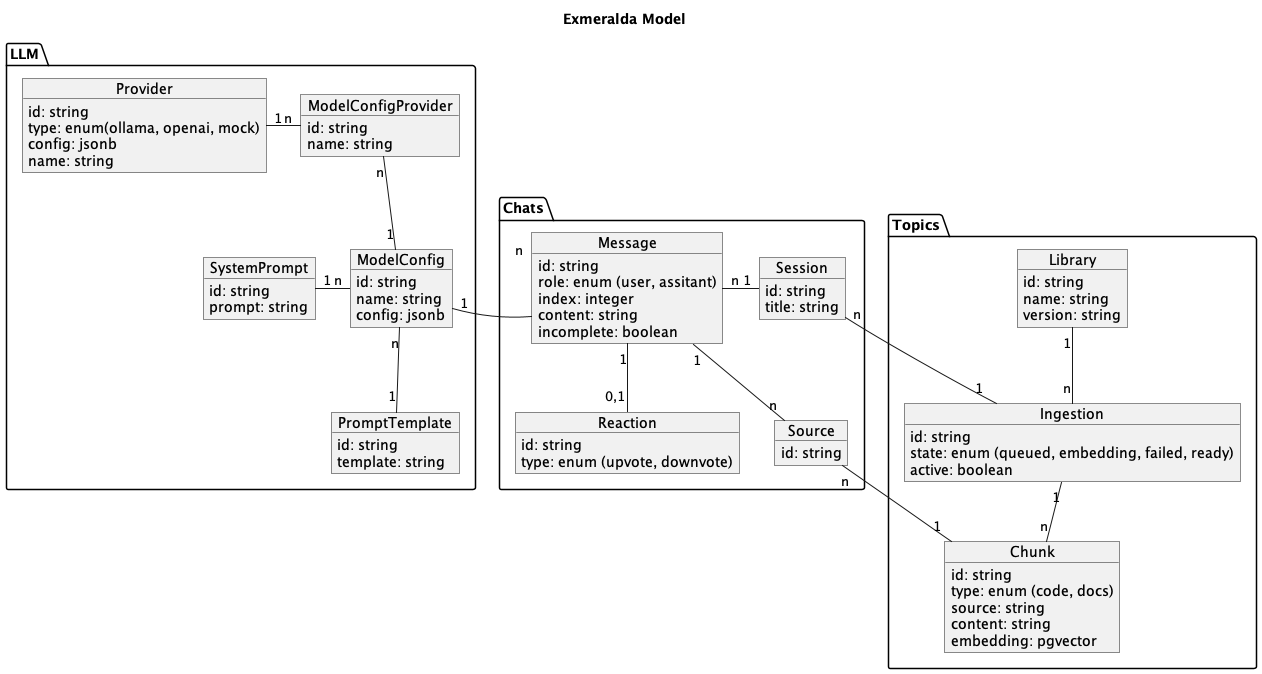
bitcrowd/exmeralda keeps this PlantUML diagram as docs/model.png. Above is the earlier version.
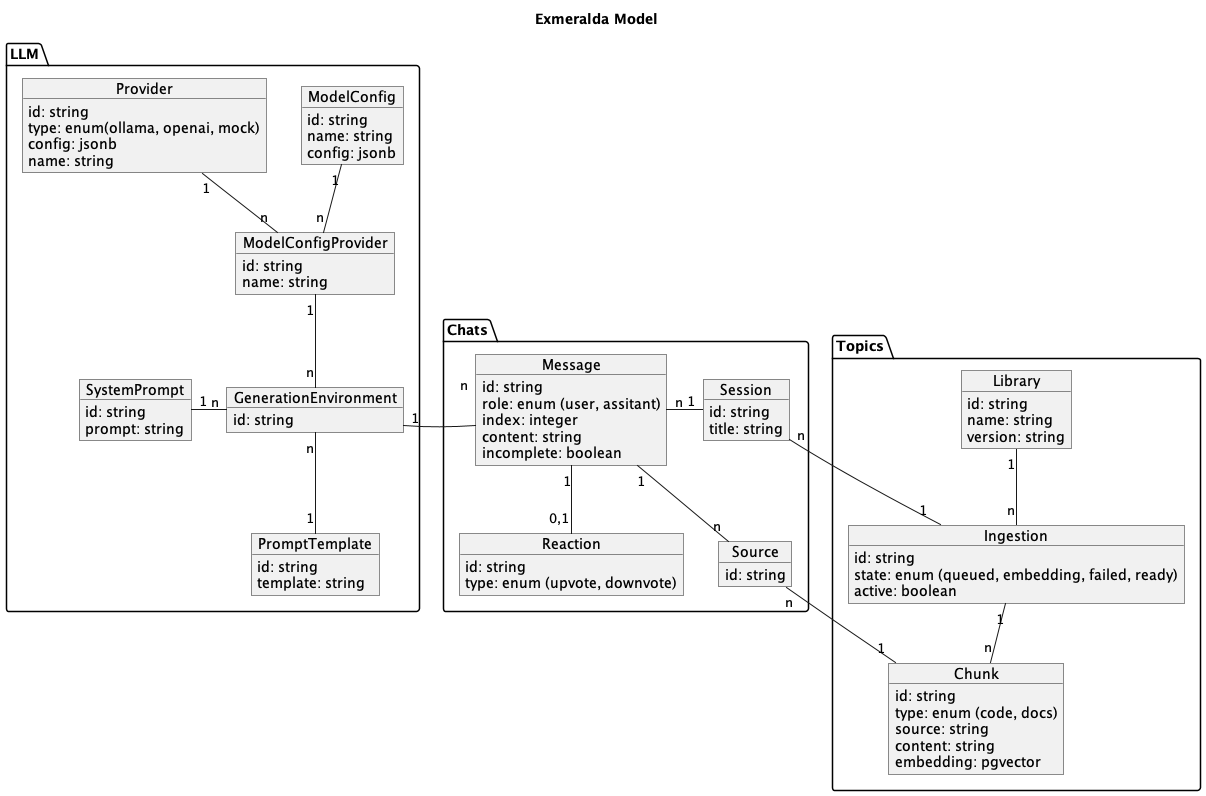
Above is the later version.

Change to the diagram source:
```diff
@@ -38,10 +38,15 @@
     template: string
   }
 
-  ModelConfigProvider "n" -l- "1" Provider
-  ModelConfigProvider "n" -d- "1" ModelConfig
-  SystemPrompt "1" -r- "n" ModelConfig
-  PromptTemplate "1" -u- "n" ModelConfig
+  object GenerationEnvironment {
+    id: string
+  }
+
+  ModelConfig "1" -d- "n" ModelConfigProvider
+  Provider "1" -d- "n" ModelConfigProvider
+  SystemPrompt "1" -r- "n" GenerationEnvironment
+  PromptTemplate "1" -u- "n" GenerationEnvironment
+  ModelConfigProvider "1" -d- "n" GenerationEnvironment
 }
 
 package Chats {
@@ -97,7 +102,7 @@
   Chunk "n" -u- "1" Ingestion
 }
 
-Message "n" -l- "1" ModelConfig
+Message "n" -l- "1" GenerationEnvironment
 Session "n" -- "1" Ingestion
 Source "n" -- "1" Chunk
 
```
